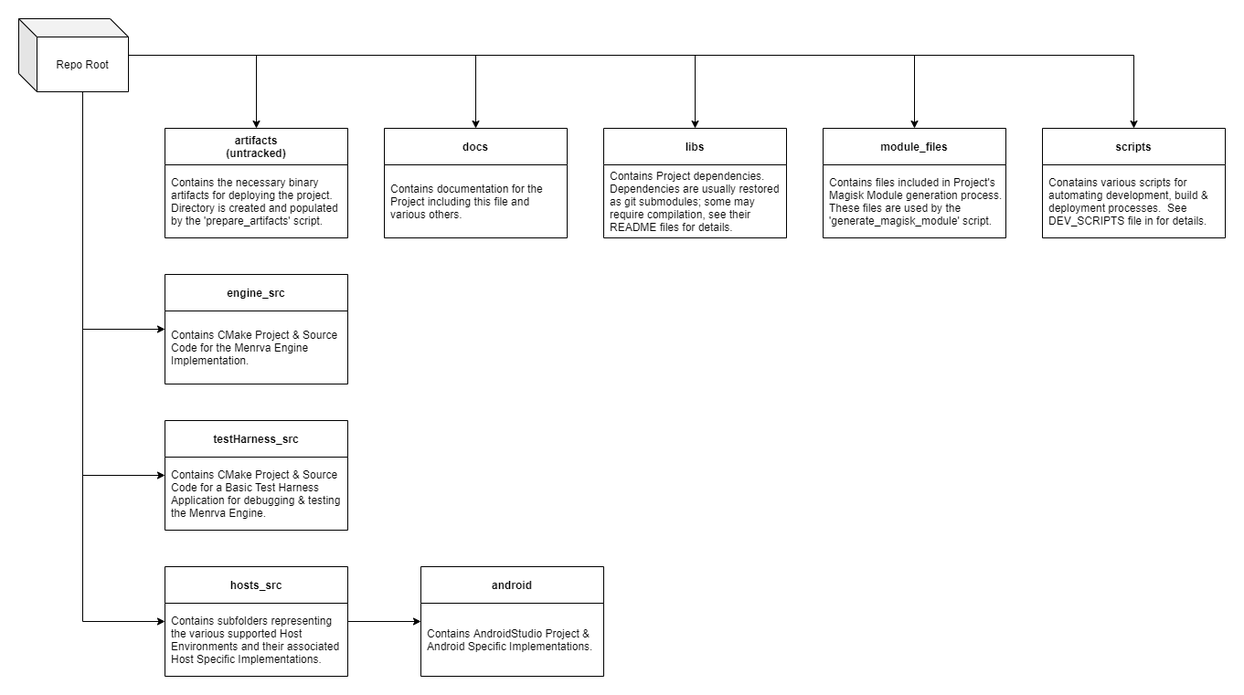
Before: docs/RepoStructure.png, a diagram exported from draw.io (Jman420/menrva). Source tidied: cells renumbered, new cells last; positions are measured from the earlier drawing's top-left corner, leaving out a move shared by most shapes.
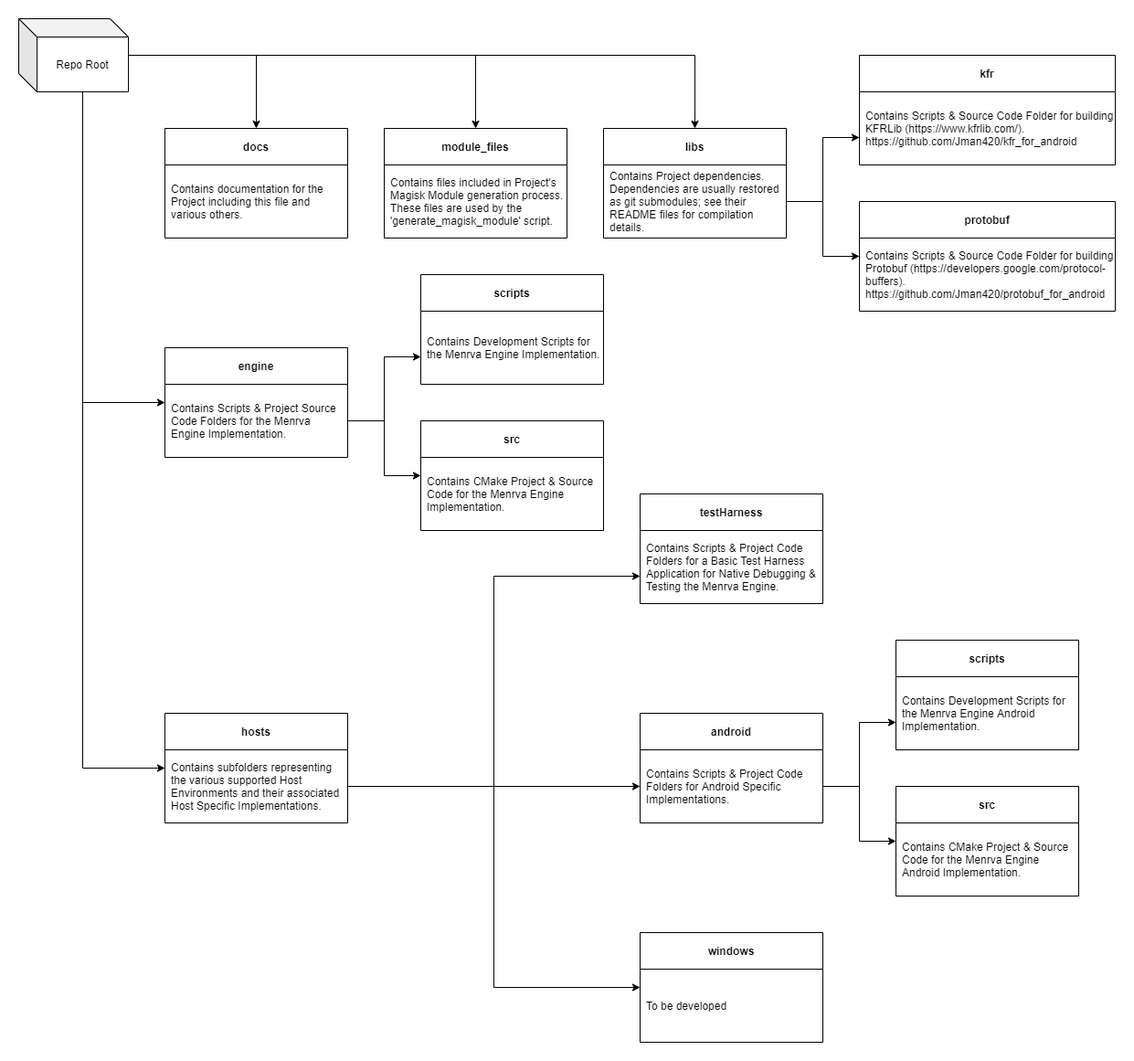
The same file after the commit.

Commit message:
Update RepoStructure Diagram

The edit, as a diff of the source:
```diff
@@ -2,15 +2,9 @@
   <root>
     <mxCell id="0" />
     <mxCell id="1" parent="0" />
-    <mxCell id="2" style="edgeStyle=orthogonalEdgeStyle;rounded=0;jettySize=auto;html=1;entryX=0.5;entryY=0;entryDx=0;entryDy=0;" parent="1" edge="1" source="10" target="11">
-      <mxGeometry relative="1" as="geometry" />
-    </mxCell>
     <mxCell id="3" style="edgeStyle=orthogonalEdgeStyle;rounded=0;jettySize=auto;html=1;entryX=0.5;entryY=0;entryDx=0;entryDy=0;" parent="1" edge="1" source="10" target="13">
       <mxGeometry relative="1" as="geometry" />
     </mxCell>
-    <mxCell id="4" style="edgeStyle=orthogonalEdgeStyle;rounded=0;jettySize=auto;html=1;entryX=0.5;entryY=0;entryDx=0;entryDy=0;" parent="1" edge="1" source="10" target="15">
-      <mxGeometry relative="1" as="geometry" />
-    </mxCell>
     <mxCell id="5" style="edgeStyle=orthogonalEdgeStyle;rounded=0;jettySize=auto;html=1;" parent="1" edge="1" source="10" target="17">
       <mxGeometry relative="1" as="geometry" />
     </mxCell>
@@ -23,68 +17,131 @@
     <mxCell id="8" style="edgeStyle=orthogonalEdgeStyle;rounded=0;jettySize=auto;html=1;entryX=0;entryY=0.5;entryDx=0;entryDy=0;exitX=0;exitY=0;exitDx=70;exitDy=80;exitPerimeter=0;" parent="1" edge="1" source="10" target="24">
       <mxGeometry relative="1" as="geometry" />
     </mxCell>
-    <mxCell id="9" style="edgeStyle=orthogonalEdgeStyle;rounded=0;jettySize=auto;html=1;entryX=0;entryY=0.5;entryDx=0;entryDy=0;exitX=0;exitY=0;exitDx=70;exitDy=80;exitPerimeter=0;" parent="1" edge="1" source="10" target="26">
-      <mxGeometry relative="1" as="geometry" />
-    </mxCell>
     <mxCell id="10" value="Repo Root" style="shape=cube;whiteSpace=wrap;html=1;boundedLbl=1;backgroundOutline=1;darkOpacity=0.05;darkOpacity2=0.1;" parent="1" vertex="1">
-      <mxGeometry width="120" height="80" as="geometry" />
+      <mxGeometry x="-40" y="-40" width="120" height="80" as="geometry" />
     </mxCell>
-    <mxCell id="11" value="artifacts&#10;(untracked)" style="swimlane;startSize=40;" parent="1" vertex="1">
-      <mxGeometry x="160" y="120" width="200" height="120" as="geometry" />
-    </mxCell>
-    <mxCell id="12" value="Contains the necessary binary artifacts for deploying the project.&amp;nbsp; Directory is created and populated by the 'prepare_artifacts' script." style="text;html=1;strokeColor=none;fillColor=none;align=left;verticalAlign=middle;whiteSpace=wrap;rounded=0;" parent="11" vertex="1">
-      <mxGeometry x="5" y="40" width="195" height="80" as="geometry" />
-    </mxCell>
     <mxCell id="13" value="docs" style="swimlane;startSize=40;" parent="1" vertex="1">
-      <mxGeometry x="400" y="120" width="200" height="120" as="geometry" />
+      <mxGeometry x="120" y="80" width="200" height="120" as="geometry" />
     </mxCell>
     <mxCell id="14" value="Contains documentation for the Project including this file and various others." style="text;html=1;strokeColor=none;fillColor=none;align=left;verticalAlign=middle;whiteSpace=wrap;rounded=0;" parent="13" vertex="1">
       <mxGeometry x="5" y="40" width="195" height="80" as="geometry" />
     </mxCell>
-    <mxCell id="15" value="scripts" style="swimlane;startSize=40;" parent="1" vertex="1">
-      <mxGeometry x="1120" y="120" width="200" height="120" as="geometry" />
-    </mxCell>
-    <mxCell id="16" value="Conatains various scripts for automating development, build &amp;amp; deployment processes.&amp;nbsp; See DEV_SCRIPTS file in for details." style="text;html=1;strokeColor=none;fillColor=none;align=left;verticalAlign=middle;whiteSpace=wrap;rounded=0;" parent="15" vertex="1">
-      <mxGeometry x="5" y="40" width="195" height="80" as="geometry" />
-    </mxCell>
     <mxCell id="17" value="module_files" style="swimlane;startSize=40;" parent="1" vertex="1">
-      <mxGeometry x="880" y="120" width="200" height="120" as="geometry" />
+      <mxGeometry x="360" y="80" width="200" height="120" as="geometry" />
     </mxCell>
     <mxCell id="18" value="Contains files included in Project's Magisk Module generation process.&amp;nbsp; These files are used by the 'generate_magisk_module' script." style="text;html=1;strokeColor=none;fillColor=none;align=left;verticalAlign=middle;whiteSpace=wrap;rounded=0;" parent="17" vertex="1">
       <mxGeometry x="5" y="40" width="195" height="80" as="geometry" />
     </mxCell>
     <mxCell id="19" value="libs" style="swimlane;startSize=40;" parent="1" vertex="1">
-      <mxGeometry x="640" y="120" width="200" height="120" as="geometry" />
+      <mxGeometry x="600" y="80" width="200" height="120" as="geometry" />
     </mxCell>
-    <mxCell id="20" value="Contains Project dependencies.&amp;nbsp; Dependencies are usually restored as git submodules; some may require compilation, see their README files for details." style="text;html=1;strokeColor=none;fillColor=none;align=left;verticalAlign=middle;whiteSpace=wrap;rounded=0;" parent="19" vertex="1">
+    <mxCell id="20" value="Contains Project dependencies.&amp;nbsp; Dependencies are usually restored as git submodules; see their README files for compilation details." style="text;html=1;strokeColor=none;fillColor=none;align=left;verticalAlign=middle;whiteSpace=wrap;rounded=0;" parent="19" vertex="1">
       <mxGeometry x="5" y="40" width="195" height="80" as="geometry" />
     </mxCell>
-    <mxCell id="21" value="engine_src" style="swimlane;startSize=40;" parent="1" vertex="1">
-      <mxGeometry x="160" y="280" width="200" height="120" as="geometry" />
+    <mxCell id="21" value="engine" style="swimlane;startSize=40;" parent="1" vertex="1">
+      <mxGeometry x="120" y="320" width="200" height="120" as="geometry" />
     </mxCell>
-    <mxCell id="22" value="Contains CMake Project &amp;amp; Source Code for the Menrva Engine Implementation." style="text;html=1;strokeColor=none;fillColor=none;align=left;verticalAlign=middle;whiteSpace=wrap;rounded=0;" parent="21" vertex="1">
+    <mxCell id="22" value="Contains Scripts &amp;amp; Project Source Code Folders for the Menrva Engine Implementation." style="text;html=1;strokeColor=none;fillColor=none;align=left;verticalAlign=middle;whiteSpace=wrap;rounded=0;" parent="21" vertex="1">
       <mxGeometry x="5" y="40" width="195" height="80" as="geometry" />
     </mxCell>
-    <mxCell id="23" style="edgeStyle=orthogonalEdgeStyle;rounded=0;jettySize=auto;html=1;" parent="1" edge="1" source="24" target="28">
-      <mxGeometry relative="1" as="geometry" />
-    </mxCell>
-    <mxCell id="24" value="hosts_src" style="swimlane;startSize=40;" parent="1" vertex="1">
-      <mxGeometry x="160" y="600" width="200" height="120" as="geometry" />
+    <mxCell id="24" value="hosts" style="swimlane;startSize=40;" parent="1" vertex="1">
+      <mxGeometry x="120" y="720" width="200" height="120" as="geometry" />
     </mxCell>
     <mxCell id="25" value="Contains subfolders representing the various supported Host Environments and their associated Host Specific Implementations." style="text;html=1;strokeColor=none;fillColor=none;align=left;verticalAlign=middle;whiteSpace=wrap;rounded=0;" parent="24" vertex="1">
       <mxGeometry x="5" y="40" width="195" height="80" as="geometry" />
     </mxCell>
-    <mxCell id="26" value="testHarness_src" style="swimlane;startSize=40;" parent="1" vertex="1">
-      <mxGeometry x="160" y="440" width="200" height="120" as="geometry" />
+    <mxCell id="26" value="testHarness" style="swimlane;startSize=40;" parent="1" vertex="1">
+      <mxGeometry x="640" y="480" width="200" height="120" as="geometry" />
     </mxCell>
-    <mxCell id="27" value="Contains CMake Project &amp;amp; Source Code for a Basic Test Harness Application for debugging &amp;amp; testing the Menrva Engine." style="text;html=1;strokeColor=none;fillColor=none;align=left;verticalAlign=middle;whiteSpace=wrap;rounded=0;" parent="26" vertex="1">
+    <mxCell id="27" value="Contains Scripts &amp;amp; Project Code Folders for a Basic Test Harness Application for Native Debugging &amp;amp; Testing the Menrva Engine." style="text;html=1;strokeColor=none;fillColor=none;align=left;verticalAlign=middle;whiteSpace=wrap;rounded=0;" parent="26" vertex="1">
       <mxGeometry x="5" y="40" width="195" height="80" as="geometry" />
     </mxCell>
     <mxCell id="28" value="android" style="swimlane;startSize=40;" parent="1" vertex="1">
-      <mxGeometry x="440" y="600" width="200" height="120" as="geometry" />
+      <mxGeometry x="640" y="720" width="200" height="120" as="geometry" />
     </mxCell>
-    <mxCell id="29" value="Contains AndroidStudio Project &amp;amp; Android Specific Implementations." style="text;html=1;strokeColor=none;fillColor=none;align=left;verticalAlign=middle;whiteSpace=wrap;rounded=0;" parent="28" vertex="1">
+    <mxCell id="29" value="Contains Scripts &amp;amp; Project Code Folders for Android Specific Implementations." style="text;html=1;strokeColor=none;fillColor=none;align=left;verticalAlign=middle;whiteSpace=wrap;rounded=0;" parent="28" vertex="1">
       <mxGeometry x="5" y="40" width="195" height="80" as="geometry" />
     </mxCell>
+    <mxCell id="30" value="windows" style="swimlane;startSize=40;" parent="1" vertex="1">
+      <mxGeometry x="640" y="960" width="200" height="120" as="geometry" />
+    </mxCell>
+    <mxCell id="31" value="To be developed" style="text;html=1;strokeColor=none;fillColor=none;align=left;verticalAlign=middle;whiteSpace=wrap;rounded=0;" parent="30" vertex="1">
+      <mxGeometry x="5" y="40" width="195" height="80" as="geometry" />
+    </mxCell>
+    <mxCell id="32" style="edgeStyle=orthogonalEdgeStyle;rounded=0;jettySize=auto;html=1;entryX=0;entryY=0.5;entryDx=0;entryDy=0;exitX=1;exitY=0.5;exitDx=0;exitDy=0;" parent="1" edge="1" source="25" target="30">
+      <mxGeometry relative="1" as="geometry">
+        <Array as="points">
+          <mxPoint x="480" y="800" />
+          <mxPoint x="480" y="1020" />
+        </Array>
+      </mxGeometry>
+    </mxCell>
+    <mxCell id="33" value="scripts" style="swimlane;startSize=40;" parent="1" vertex="1">
+      <mxGeometry x="400" y="240" width="200" height="120" as="geometry" />
+    </mxCell>
+    <mxCell id="34" value="Contains Development Scripts for the Menrva Engine Implementation." style="text;html=1;strokeColor=none;fillColor=none;align=left;verticalAlign=middle;whiteSpace=wrap;rounded=0;" parent="33" vertex="1">
+      <mxGeometry x="5" y="40" width="195" height="80" as="geometry" />
+    </mxCell>
+    <mxCell id="35" style="edgeStyle=orthogonalEdgeStyle;rounded=0;jettySize=auto;html=1;entryX=0;entryY=0.75;entryDx=0;entryDy=0;" parent="1" edge="1" source="22" target="33">
+      <mxGeometry relative="1" as="geometry" />
+    </mxCell>
+    <mxCell id="36" value="src" style="swimlane;startSize=40;" parent="1" vertex="1">
+      <mxGeometry x="400" y="400" width="200" height="120" as="geometry" />
+    </mxCell>
+    <mxCell id="37" value="Contains CMake Project &amp;amp; Source Code for the Menrva Engine Implementation." style="text;html=1;strokeColor=none;fillColor=none;align=left;verticalAlign=middle;whiteSpace=wrap;rounded=0;" parent="36" vertex="1">
+      <mxGeometry x="5" y="40" width="195" height="80" as="geometry" />
+    </mxCell>
+    <mxCell id="38" style="edgeStyle=orthogonalEdgeStyle;rounded=0;jettySize=auto;html=1;entryX=0;entryY=0.5;entryDx=0;entryDy=0;" parent="1" edge="1" source="22" target="36">
+      <mxGeometry relative="1" as="geometry" />
+    </mxCell>
+    <mxCell id="39" style="edgeStyle=orthogonalEdgeStyle;rounded=0;jettySize=auto;html=1;entryX=0;entryY=0.75;entryDx=0;entryDy=0;" parent="1" edge="1" source="25" target="26">
+      <mxGeometry relative="1" as="geometry">
+        <Array as="points">
+          <mxPoint x="480" y="800" />
+          <mxPoint x="480" y="570" />
+        </Array>
+      </mxGeometry>
+    </mxCell>
+    <mxCell id="40" value="kfr" style="swimlane;startSize=40;" parent="1" vertex="1">
+      <mxGeometry x="880" width="280" height="120" as="geometry" />
+    </mxCell>
+    <mxCell id="41" value="Contains Scripts &amp;amp; Source Code Folder for building KFRLib (&lt;font&gt;&lt;a href=&quot;https://www.kfrlib.com/&quot; style=&quot;font-size: 12px&quot;&gt;https://www.kfrlib.com/&lt;/a&gt;).&lt;br&gt;&lt;a href=&quot;https://github.com/Jman420/kfr_for_android&quot;&gt;&lt;font style=&quot;font-size: 12px&quot;&gt;https://github.com/Jman420/kfr_for_android&lt;/font&gt;&lt;/a&gt;&lt;br&gt;&lt;/font&gt;" style="text;html=1;strokeColor=none;fillColor=none;align=left;verticalAlign=middle;whiteSpace=wrap;rounded=0;" parent="40" vertex="1">
+      <mxGeometry x="5" y="40" width="275" height="80" as="geometry" />
+    </mxCell>
+    <mxCell id="42" value="protobuf" style="swimlane;startSize=40;" parent="1" vertex="1">
+      <mxGeometry x="880" y="160" width="280" height="120" as="geometry" />
+    </mxCell>
+    <mxCell id="43" value="Contains Scripts &amp;amp; Source Code Folder for building Protobuf (&lt;a href=&quot;https://developers.google.com/protocol-buffers&quot;&gt;&lt;font style=&quot;font-size: 12px&quot;&gt;https://developers.google.com/protocol-buffers&lt;/font&gt;&lt;/a&gt;).&lt;br&gt;&lt;a href=&quot;https://github.com/Jman420/protobuf_for_android&quot;&gt;&lt;font style=&quot;font-size: 12px&quot;&gt;https://github.com/Jman420/protobuf_for_android&lt;/font&gt;&lt;/a&gt;" style="text;html=1;strokeColor=none;fillColor=none;align=left;verticalAlign=middle;whiteSpace=wrap;rounded=0;" parent="42" vertex="1">
+      <mxGeometry x="5" y="40" width="275" height="80" as="geometry" />
+    </mxCell>
+    <mxCell id="44" style="edgeStyle=orthogonalEdgeStyle;rounded=0;jettySize=auto;html=1;entryX=0;entryY=0.75;entryDx=0;entryDy=0;" parent="1" edge="1" source="20" target="40">
+      <mxGeometry relative="1" as="geometry" />
+    </mxCell>
+    <mxCell id="45" style="edgeStyle=orthogonalEdgeStyle;rounded=0;jettySize=auto;html=1;entryX=0;entryY=0.5;entryDx=0;entryDy=0;" parent="1" edge="1" source="20" target="42">
+      <mxGeometry relative="1" as="geometry" />
+    </mxCell>
+    <mxCell id="46" style="edgeStyle=orthogonalEdgeStyle;rounded=0;jettySize=auto;html=1;" parent="1" edge="1" source="25">
+      <mxGeometry relative="1" as="geometry">
+        <mxPoint x="640" y="800" as="targetPoint" />
+      </mxGeometry>
+    </mxCell>
+    <mxCell id="47" value="scripts" style="swimlane;startSize=40;" parent="1" vertex="1">
+      <mxGeometry x="920" y="640" width="200" height="120" as="geometry" />
+    </mxCell>
+    <mxCell id="48" value="Contains Development Scripts for the Menrva Engine Android Implementation." style="text;html=1;strokeColor=none;fillColor=none;align=left;verticalAlign=middle;whiteSpace=wrap;rounded=0;" parent="47" vertex="1">
+      <mxGeometry x="5" y="40" width="195" height="80" as="geometry" />
+    </mxCell>
+    <mxCell id="49" value="src" style="swimlane;startSize=40;" parent="1" vertex="1">
+      <mxGeometry x="920" y="800" width="200" height="120" as="geometry" />
+    </mxCell>
+    <mxCell id="50" value="Contains CMake Project &amp;amp; Source Code for the Menrva Engine Android Implementation." style="text;html=1;strokeColor=none;fillColor=none;align=left;verticalAlign=middle;whiteSpace=wrap;rounded=0;" parent="49" vertex="1">
+      <mxGeometry x="5" y="40" width="195" height="80" as="geometry" />
+    </mxCell>
+    <mxCell id="51" style="edgeStyle=orthogonalEdgeStyle;rounded=0;jettySize=auto;html=1;entryX=0;entryY=0.75;entryDx=0;entryDy=0;" parent="1" edge="1" source="29" target="47">
+      <mxGeometry relative="1" as="geometry" />
+    </mxCell>
+    <mxCell id="52" style="edgeStyle=orthogonalEdgeStyle;rounded=0;jettySize=auto;html=1;entryX=0;entryY=0.5;entryDx=0;entryDy=0;" parent="1" edge="1" source="29" target="49">
+      <mxGeometry relative="1" as="geometry" />
+    </mxCell>
   </root>
 </mxGraphModel>
```
